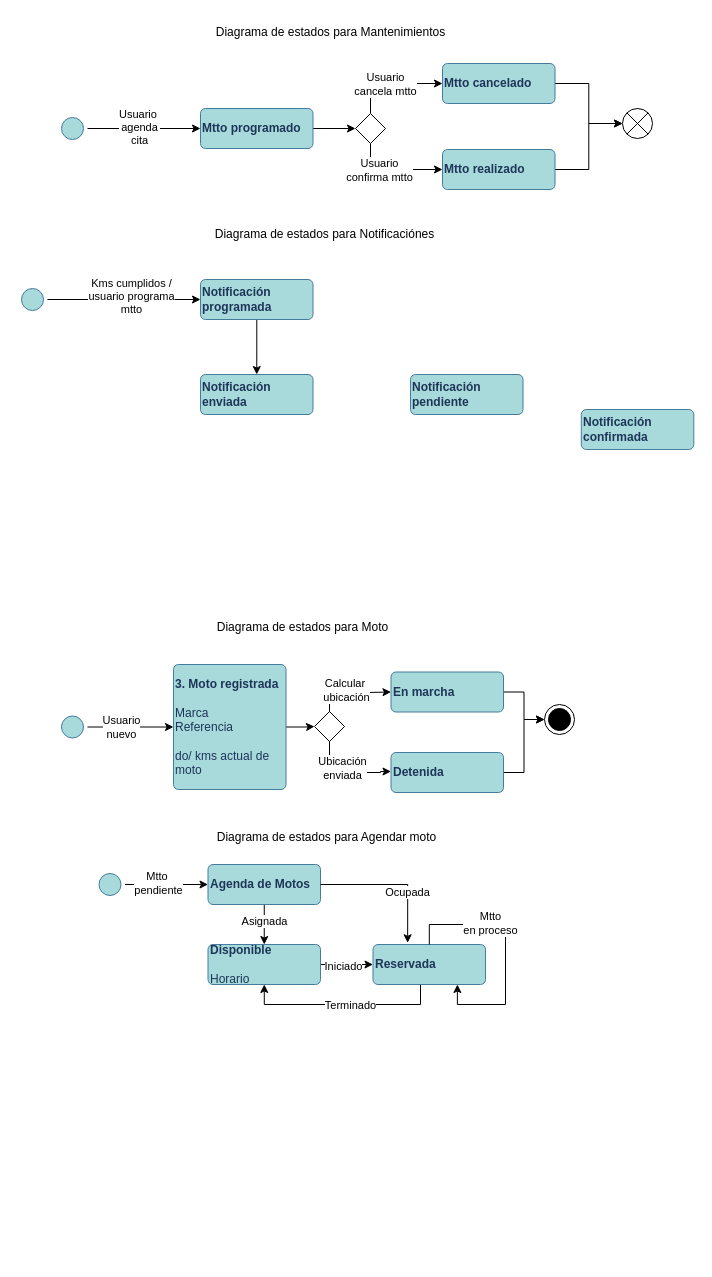
This is Diagrama de estados.drawio from david-med/archivos, a draw.io file, before an edit. Source tidied: cells renumbered, new cells numbered last; positions are measured from the earlier drawing's top-left corner, leaving out a move shared by most shapes. Both pictures are drawn from the tidied source at 100%, with x=0, y=0 at pixel (17, 17).
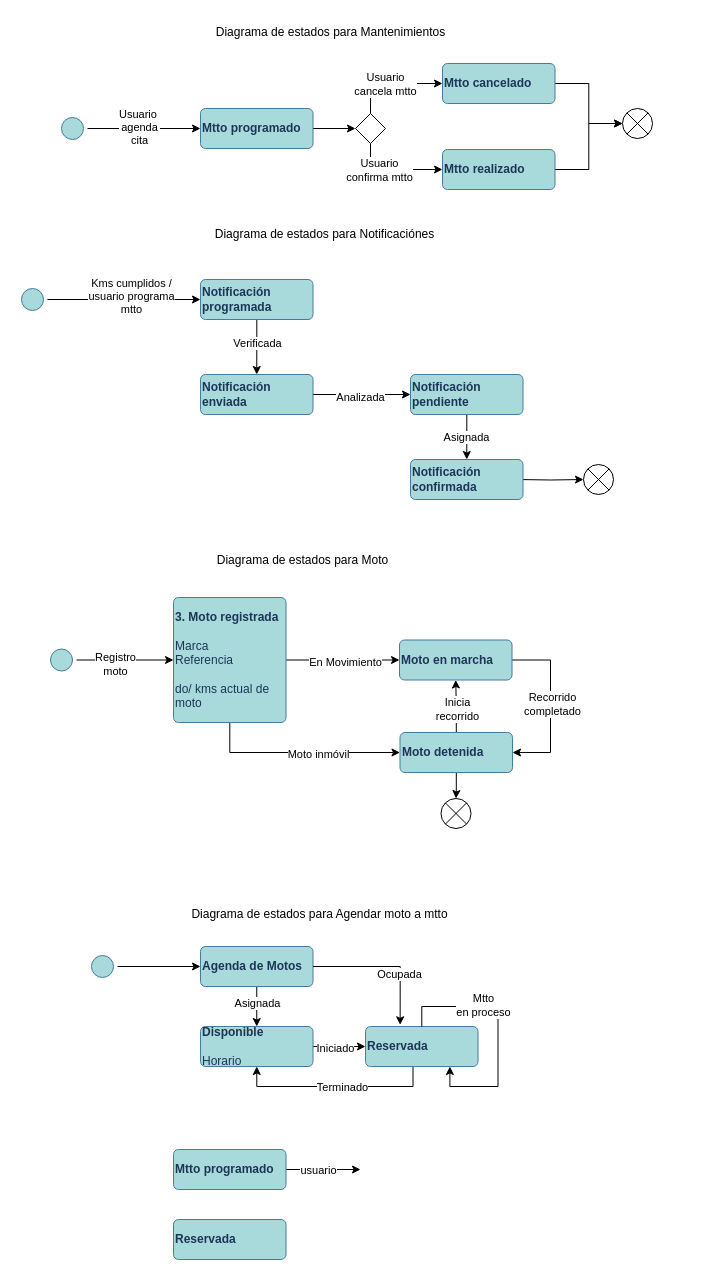
The same page after the edit.

Unchanged cells that the change refers to:
```xml
<mxCell id="13" style="edgeStyle=orthogonalEdgeStyle;rounded=0;jettySize=auto;html=1;entryX=0.5;entryY=0;entryDx=0;entryDy=0;" parent="1" edge="1" source="14" target="16">
  <mxGeometry relative="1" as="geometry" />
</mxCell>
<mxCell id="15" value="&lt;b&gt;Notificación pendiente&lt;br&gt;&lt;/b&gt;" style="html=1;align=left;verticalAlign=middle;rounded=1;absoluteArcSize=1;arcSize=10;dashed=0;whiteSpace=wrap;labelBackgroundColor=none;fillColor=#A8DADC;strokeColor=#457B9D;fontColor=#1D3557;" parent="1" vertex="1">
  <mxGeometry x="393" y="357" width="112.5" height="40" as="geometry" />
</mxCell>
<mxCell id="16" value="&lt;b&gt;Notificación enviada&lt;br&gt;&lt;/b&gt;" style="html=1;align=left;verticalAlign=middle;rounded=1;absoluteArcSize=1;arcSize=10;dashed=0;whiteSpace=wrap;labelBackgroundColor=none;fillColor=#A8DADC;strokeColor=#457B9D;fontColor=#1D3557;" parent="1" vertex="1">
  <mxGeometry x="183" y="357" width="112.5" height="40" as="geometry" />
</mxCell>
<mxCell id="43" style="edgeStyle=orthogonalEdgeStyle;rounded=0;jettySize=auto;html=1;entryX=0;entryY=0.5;entryDx=0;entryDy=0;" parent="1" edge="1" source="45" target="6">
  <mxGeometry relative="1" as="geometry" />
</mxCell>
<mxCell id="53" style="edgeStyle=orthogonalEdgeStyle;rounded=0;jettySize=auto;html=1;entryX=0;entryY=0.5;entryDx=0;entryDy=0;" parent="1" edge="1" source="55" target="20">
  <mxGeometry relative="1" as="geometry" />
</mxCell>
```

Change to the diagram source:
```diff
@@
-    <mxCell id="5" style="edgeStyle=orthogonalEdgeStyle;rounded=0;jettySize=auto;html=1;entryX=0;entryY=0.5;entryDx=0;entryDy=0;" parent="1" edge="1" source="6" target="50">
+    <mxCell id="5" style="edgeStyle=orthogonalEdgeStyle;rounded=0;jettySize=auto;html=1;entryX=0;entryY=0.5;entryDx=0;entryDy=0;" parent="1" edge="1" source="6" target="28">
       <mxGeometry relative="1" as="geometry" />
     </mxCell>
+    <mxCell id="60" value="En Movimiento" style="edgeLabel;html=1;align=center;verticalAlign=middle;" parent="5" vertex="1">
+      <mxGeometry x="0.04" y="-1" relative="1" as="geometry">
+        <mxPoint y="1" as="offset" />
+      </mxGeometry>
+    </mxCell>
+    <mxCell id="61" style="edgeStyle=orthogonalEdgeStyle;rounded=0;jettySize=auto;html=1;entryX=0;entryY=0.5;entryDx=0;entryDy=0;" parent="1" edge="1" source="6" target="30">
+      <mxGeometry relative="1" as="geometry">
+        <Array as="points">
+          <mxPoint x="212" y="735" />
+        </Array>
+      </mxGeometry>
+    </mxCell>
+    <mxCell id="62" value="Moto inmóvil" style="edgeLabel;html=1;align=center;verticalAlign=middle;" parent="61" vertex="1">
+      <mxGeometry x="0.18" y="-1" relative="1" as="geometry" />
+    </mxCell>
     <mxCell id="6" value="&lt;b&gt;3. Moto registrada&lt;br&gt;&lt;/b&gt;&lt;br&gt;Marca&lt;br&gt;Referencia&lt;br&gt;&lt;br&gt;do/ kms actual de moto" style="html=1;align=left;verticalAlign=middle;rounded=1;absoluteArcSize=1;arcSize=10;dashed=0;whiteSpace=wrap;labelBackgroundColor=none;fillColor=#A8DADC;strokeColor=#457B9D;fontColor=#1D3557;" parent="1" vertex="1">
-      <mxGeometry x="156" y="647" width="112.5" height="125" as="geometry" />
+      <mxGeometry x="156" y="580" width="112.5" height="125" as="geometry" />
     </mxCell>
@@
+    <mxCell id="63" value="Verificada" style="edgeLabel;html=1;align=center;verticalAlign=middle;" parent="13" vertex="1">
+      <mxGeometry x="-0.16" relative="1" as="geometry" />
+    </mxCell>
@@
+    <mxCell id="64" style="edgeStyle=orthogonalEdgeStyle;rounded=0;jettySize=auto;html=1;entryX=0.5;entryY=0;entryDx=0;entryDy=0;" parent="1" edge="1" source="15" target="17">
+      <mxGeometry relative="1" as="geometry" />
+    </mxCell>
+    <mxCell id="65" value="Asignada" style="edgeLabel;html=1;align=center;verticalAlign=middle;" parent="64" vertex="1">
+      <mxGeometry x="-0.02" y="-1" relative="1" as="geometry" />
+    </mxCell>
@@
+    <mxCell id="66" style="edgeStyle=orthogonalEdgeStyle;rounded=0;jettySize=auto;html=1;entryX=0;entryY=0.5;entryDx=0;entryDy=0;" parent="1" edge="1" source="16" target="15">
+      <mxGeometry relative="1" as="geometry" />
+    </mxCell>
+    <mxCell id="67" value="Analizada" style="edgeLabel;html=1;align=center;verticalAlign=middle;" parent="66" vertex="1">
+      <mxGeometry x="-0.03" y="-2" relative="1" as="geometry" />
+    </mxCell>
@@
+    <mxCell id="68" style="edgeStyle=orthogonalEdgeStyle;rounded=0;jettySize=auto;html=1;entryX=0;entryY=0.5;entryDx=0;entryDy=0;" parent="1" edge="1" target="75">
+      <mxGeometry relative="1" as="geometry">
+        <mxPoint x="499.5" y="462" as="sourcePoint" />
+      </mxGeometry>
+    </mxCell>
     <mxCell id="17" value="&lt;b&gt;Notificación confirmada&lt;br&gt;&lt;/b&gt;" style="html=1;align=left;verticalAlign=middle;rounded=1;absoluteArcSize=1;arcSize=10;dashed=0;whiteSpace=wrap;labelBackgroundColor=none;fillColor=#A8DADC;strokeColor=#457B9D;fontColor=#1D3557;" parent="1" vertex="1">
-      <mxGeometry x="563.8" y="392" width="112.5" height="40" as="geometry" />
+      <mxGeometry x="393" y="442" width="112.5" height="40" as="geometry" />
     </mxCell>
@@
     <mxCell id="20" value="&lt;b&gt;Agenda de Motos&lt;br&gt;&lt;/b&gt;" style="html=1;align=left;verticalAlign=middle;rounded=1;absoluteArcSize=1;arcSize=10;dashed=0;whiteSpace=wrap;labelBackgroundColor=none;fillColor=#A8DADC;strokeColor=#457B9D;fontColor=#1D3557;" parent="1" vertex="1">
-      <mxGeometry x="190.5" y="847" width="112.5" height="40" as="geometry" />
+      <mxGeometry x="183" y="929" width="112.5" height="40" as="geometry" />
     </mxCell>
     <mxCell id="21" style="edgeStyle=orthogonalEdgeStyle;rounded=0;jettySize=auto;html=1;entryX=0.5;entryY=1;entryDx=0;entryDy=0;" parent="1" edge="1" source="23" target="26">
       <mxGeometry relative="1" as="geometry">
         <Array as="points">
-          <mxPoint x="403" y="987" />
-          <mxPoint x="247" y="987" />
+          <mxPoint x="395.5" y="1069" />
+          <mxPoint x="239.5" y="1069" />
         </Array>
       </mxGeometry>
     </mxCell>
@@
     <mxCell id="23" value="&lt;b&gt;Reservada&lt;span style=&quot;white-space: pre;&quot;&gt;&#9;&lt;/span&gt;&lt;br&gt;&lt;/b&gt;" style="html=1;align=left;verticalAlign=middle;rounded=1;absoluteArcSize=1;arcSize=10;dashed=0;whiteSpace=wrap;labelBackgroundColor=none;fillColor=#A8DADC;strokeColor=#457B9D;fontColor=#1D3557;" parent="1" vertex="1">
-      <mxGeometry x="355.5" y="927" width="112.5" height="40" as="geometry" />
+      <mxGeometry x="348" y="1009" width="112.5" height="40" as="geometry" />
     </mxCell>
@@
     <mxCell id="26" value="&lt;b&gt;Disponible&lt;/b&gt;&lt;br&gt;&lt;br&gt;Horario" style="html=1;align=left;verticalAlign=middle;rounded=1;absoluteArcSize=1;arcSize=10;dashed=0;whiteSpace=wrap;labelBackgroundColor=none;fillColor=#A8DADC;strokeColor=#457B9D;fontColor=#1D3557;" parent="1" vertex="1">
-      <mxGeometry x="190.5" y="927" width="112.5" height="40" as="geometry" />
+      <mxGeometry x="183" y="1009" width="112.5" height="40" as="geometry" />
     </mxCell>
-    <mxCell id="27" style="edgeStyle=orthogonalEdgeStyle;rounded=0;jettySize=auto;html=1;entryX=0;entryY=0.5;entryDx=0;entryDy=0;" parent="1" edge="1" source="28" target="52">
-      <mxGeometry relative="1" as="geometry" />
-    </mxCell>
+    <mxCell id="69" style="edgeStyle=orthogonalEdgeStyle;rounded=0;jettySize=auto;html=1;entryX=1;entryY=0.5;entryDx=0;entryDy=0;" parent="1" edge="1" source="28" target="30">
+      <mxGeometry relative="1" as="geometry">
+        <Array as="points">
+          <mxPoint x="533" y="643" />
+          <mxPoint x="533" y="735" />
+        </Array>
+      </mxGeometry>
+    </mxCell>
+    <mxCell id="70" value="Recorrido &lt;br&gt;completado" style="edgeLabel;html=1;align=center;verticalAlign=middle;" parent="69" vertex="1">
+      <mxGeometry x="-0.03" y="1" relative="1" as="geometry" />
+    </mxCell>
-    <mxCell id="28" value="&lt;b&gt;En marcha&lt;br&gt;&lt;/b&gt;" style="html=1;align=left;verticalAlign=middle;rounded=1;absoluteArcSize=1;arcSize=10;dashed=0;whiteSpace=wrap;labelBackgroundColor=none;fillColor=#A8DADC;strokeColor=#457B9D;fontColor=#1D3557;" parent="1" vertex="1">
-      <mxGeometry x="373.5" y="654.5" width="112.5" height="40" as="geometry" />
+    <mxCell id="28" value="&lt;b&gt;Moto en marcha&lt;br&gt;&lt;/b&gt;" style="html=1;align=left;verticalAlign=middle;rounded=1;absoluteArcSize=1;arcSize=10;dashed=0;whiteSpace=wrap;labelBackgroundColor=none;fillColor=#A8DADC;strokeColor=#457B9D;fontColor=#1D3557;" parent="1" vertex="1">
+      <mxGeometry x="382" y="622.5" width="112.5" height="40" as="geometry" />
     </mxCell>
-    <mxCell id="29" style="edgeStyle=orthogonalEdgeStyle;rounded=0;jettySize=auto;html=1;entryX=0;entryY=0.5;entryDx=0;entryDy=0;" parent="1" edge="1" source="30" target="52">
-      <mxGeometry relative="1" as="geometry" />
-    </mxCell>
+    <mxCell id="71" style="edgeStyle=orthogonalEdgeStyle;rounded=0;jettySize=auto;html=1;entryX=0.5;entryY=1;entryDx=0;entryDy=0;" parent="1" edge="1" source="30" target="28">
+      <mxGeometry relative="1" as="geometry" />
+    </mxCell>
+    <mxCell id="72" value="Inicia&lt;br&gt;recorrido" style="edgeLabel;html=1;align=center;verticalAlign=middle;" parent="71" vertex="1">
+      <mxGeometry x="-0.09" y="-1" relative="1" as="geometry" />
+    </mxCell>
+    <mxCell id="73" style="edgeStyle=orthogonalEdgeStyle;rounded=0;jettySize=auto;html=1;entryX=0.5;entryY=0;entryDx=0;entryDy=0;" parent="1" edge="1" source="30" target="76">
+      <mxGeometry relative="1" as="geometry" />
+    </mxCell>
-    <mxCell id="30" value="&lt;b&gt;Detenida&lt;br&gt;&lt;/b&gt;" style="html=1;align=left;verticalAlign=middle;rounded=1;absoluteArcSize=1;arcSize=10;dashed=0;whiteSpace=wrap;labelBackgroundColor=none;fillColor=#A8DADC;strokeColor=#457B9D;fontColor=#1D3557;" parent="1" vertex="1">
-      <mxGeometry x="373.5" y="735" width="112.5" height="40" as="geometry" />
+    <mxCell id="30" value="&lt;b&gt;Moto detenida&lt;br&gt;&lt;/b&gt;" style="html=1;align=left;verticalAlign=middle;rounded=1;absoluteArcSize=1;arcSize=10;dashed=0;whiteSpace=wrap;labelBackgroundColor=none;fillColor=#A8DADC;strokeColor=#457B9D;fontColor=#1D3557;" parent="1" vertex="1">
+      <mxGeometry x="382.5" y="715" width="112.5" height="40" as="geometry" />
     </mxCell>
@@
     <mxCell id="42" value="Diagrama de estados para Moto" style="text;html=1;align=center;verticalAlign=middle;strokeColor=none;fillColor=none;" parent="1" vertex="1">
-      <mxGeometry x="190" y="595" width="190" height="30" as="geometry" />
+      <mxGeometry x="190" y="528" width="190" height="30" as="geometry" />
     </mxCell>
@@
-    <mxCell id="44" value="Usuario&lt;br&gt;nuevo" style="edgeLabel;html=1;align=center;verticalAlign=middle;" parent="43" vertex="1">
-      <mxGeometry x="-0.24" relative="1" as="geometry" />
-    </mxCell>
+    <mxCell id="74" value="Registro&lt;br&gt;moto" style="edgeLabel;html=1;align=center;verticalAlign=middle;" parent="43" vertex="1">
+      <mxGeometry x="-0.21" y="-3" relative="1" as="geometry">
+        <mxPoint y="1" as="offset" />
+      </mxGeometry>
+    </mxCell>
     <mxCell id="45" style="ellipse;html=1;shape=startState;fillColor=#A8DADC;strokeColor=#457B9D;labelBackgroundColor=none;fontColor=#1D3557;" parent="1" vertex="1">
-      <mxGeometry x="40" y="694.5" width="30" height="30" as="geometry" />
+      <mxGeometry x="29" y="627.5" width="30" height="30" as="geometry" />
     </mxCell>
-    <mxCell id="46" style="edgeStyle=orthogonalEdgeStyle;rounded=0;jettySize=auto;html=1;entryX=0;entryY=0.5;entryDx=0;entryDy=0;" parent="1" edge="1" source="50" target="28">
-      <mxGeometry relative="1" as="geometry">
-        <Array as="points">
-          <mxPoint x="312" y="675" />
-          <mxPoint x="350" y="675" />
-        </Array>
-      </mxGeometry>
-    </mxCell>
-    <mxCell id="47" value="Calcular&amp;nbsp;&lt;br&gt;ubicación" style="edgeLabel;html=1;align=center;verticalAlign=middle;" parent="46" vertex="1">
-      <mxGeometry x="-0.13" y="3" relative="1" as="geometry" />
-    </mxCell>
-    <mxCell id="48" style="edgeStyle=orthogonalEdgeStyle;rounded=0;orthogonalLoop=1;jettySize=auto;html=1;entryX=0;entryY=0.5;entryDx=0;entryDy=0;" parent="1" edge="1">
-      <mxGeometry relative="1" as="geometry">
-        <mxPoint x="312" y="722" as="sourcePoint" />
-        <mxPoint x="373.5" y="754" as="targetPoint" />
-        <Array as="points">
-          <mxPoint x="312" y="755" />
-          <mxPoint x="363" y="755" />
-          <mxPoint x="363" y="754" />
-        </Array>
-      </mxGeometry>
-    </mxCell>
-    <mxCell id="49" value="Ubicación&lt;br&gt;enviada" style="edgeLabel;html=1;align=center;verticalAlign=middle;" parent="48" vertex="1">
-      <mxGeometry x="-0.06" relative="1" as="geometry">
-        <mxPoint y="-5" as="offset" />
-      </mxGeometry>
-    </mxCell>
-    <mxCell id="50" style="rhombus;" parent="1" vertex="1">
-      <mxGeometry x="297" y="694" width="30" height="30" as="geometry" />
-    </mxCell>
-    <mxCell id="51" value="Diagrama de estados para Agendar moto" style="text;html=1;align=center;verticalAlign=middle;strokeColor=none;fillColor=none;" parent="1" vertex="1">
-      <mxGeometry x="189" y="805" width="240" height="30" as="geometry" />
+    <mxCell id="51" value="Diagrama de estados para Agendar moto a mtto" style="text;html=1;align=center;verticalAlign=middle;strokeColor=none;fillColor=none;" parent="1" vertex="1">
+      <mxGeometry x="161.5" y="882" width="280" height="30" as="geometry" />
     </mxCell>
-    <mxCell id="52" style="ellipse;html=1;shape=endState;fillColor=strokeColor;" parent="1" vertex="1">
-      <mxGeometry x="527" y="687" width="30" height="30" as="geometry" />
-    </mxCell>
@@
-    <mxCell id="54" value="Mtto&amp;nbsp;&lt;br&gt;pendiente" style="edgeLabel;html=1;align=center;verticalAlign=middle;" parent="53" vertex="1">
-      <mxGeometry x="-0.2" y="2" relative="1" as="geometry" />
-    </mxCell>
     <mxCell id="55" style="ellipse;html=1;shape=startState;fillColor=#A8DADC;strokeColor=#457B9D;labelBackgroundColor=none;fontColor=#1D3557;" parent="1" vertex="1">
-      <mxGeometry x="77.5" y="852" width="30" height="30" as="geometry" />
+      <mxGeometry x="70" y="934" width="30" height="30" as="geometry" />
     </mxCell>
@@
+    <mxCell id="75" style="shape=sumEllipse;perimeter=ellipsePerimeter;html=1;backgroundOutline=1;" parent="1" vertex="1">
+      <mxGeometry x="566" y="447" width="30" height="30" as="geometry" />
+    </mxCell>
+    <mxCell id="76" style="shape=sumEllipse;perimeter=ellipsePerimeter;html=1;backgroundOutline=1;" parent="1" vertex="1">
+      <mxGeometry x="423.5" y="781" width="30" height="30" as="geometry" />
+    </mxCell>
+    <mxCell id="77" style="edgeStyle=orthogonalEdgeStyle;rounded=0;jettySize=auto;html=1;" parent="1" edge="1" source="79">
+      <mxGeometry relative="1" as="geometry">
+        <mxPoint x="343" y="1152" as="targetPoint" />
+      </mxGeometry>
+    </mxCell>
+    <mxCell id="78" value="usuario" style="edgeLabel;html=1;align=center;verticalAlign=middle;" parent="77" vertex="1">
+      <mxGeometry x="-0.16" relative="1" as="geometry" />
+    </mxCell>
+    <mxCell id="79" value="&lt;b&gt;Mtto programado&lt;br&gt;&lt;/b&gt;" style="html=1;align=left;verticalAlign=middle;rounded=1;absoluteArcSize=1;arcSize=10;dashed=0;whiteSpace=wrap;labelBackgroundColor=none;fillColor=#A8DADC;strokeColor=#457B9D;fontColor=#1D3557;" parent="1" vertex="1">
+      <mxGeometry x="156" y="1132" width="112.5" height="40" as="geometry" />
+    </mxCell>
+    <mxCell id="80" value="&lt;b&gt;Reservada&lt;span style=&quot;white-space: pre;&quot;&gt;&#9;&lt;/span&gt;&lt;br&gt;&lt;/b&gt;" style="html=1;align=left;verticalAlign=middle;rounded=1;absoluteArcSize=1;arcSize=10;dashed=0;whiteSpace=wrap;labelBackgroundColor=none;fillColor=#A8DADC;strokeColor=#457B9D;fontColor=#1D3557;" parent="1" vertex="1">
+      <mxGeometry x="156" y="1202" width="112.5" height="40" as="geometry" />
+    </mxCell>
```
